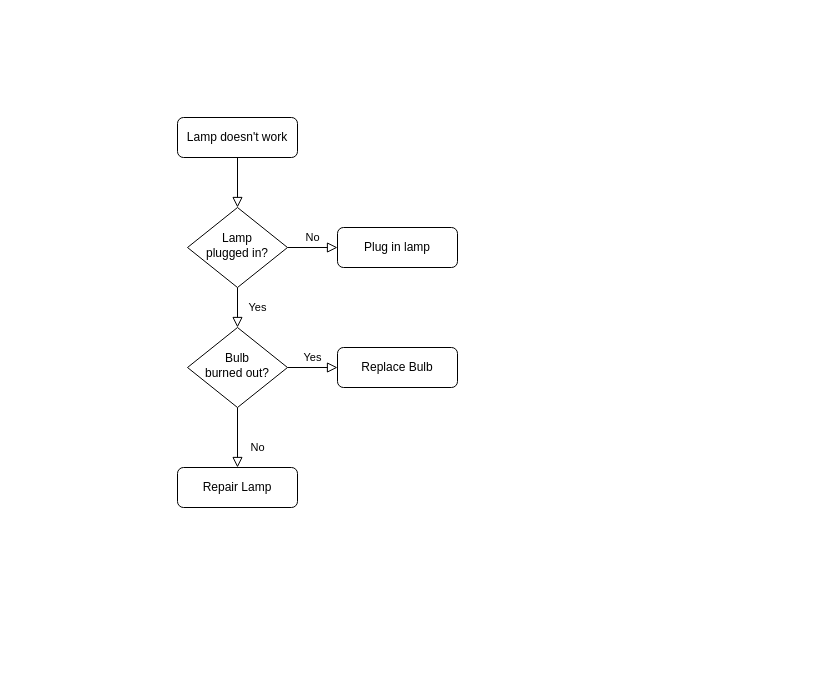
Above: Untitled Diagram.drawio in sk-business-set/myUnf (draw.io), before the change. Source tidied: cells renumbered, new cells numbered last; positions are measured from the earlier drawing's top-left corner, leaving out a move shared by most shapes. Both pictures are drawn from the tidied source at 100%, with x=0, y=0 at pixel (177, 117).
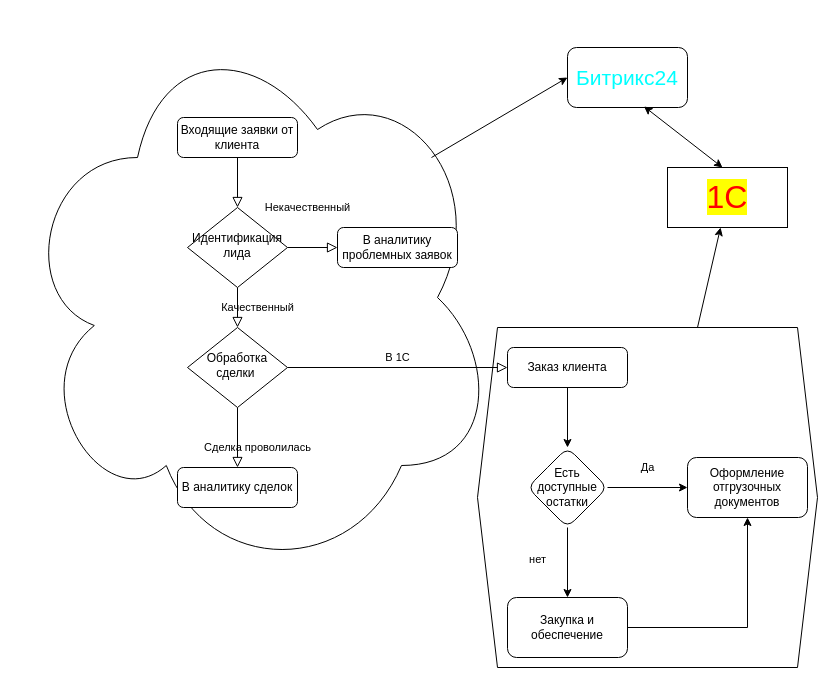
After the change.

What changed in the source:
```diff
@@
+    <mxCell id="13" style="shape=hexagon;perimeter=hexagonPerimeter2;whiteSpace=wrap;html=1;fixedSize=1;" parent="1" vertex="1">
+      <mxGeometry x="300" y="210" width="340" height="340" as="geometry" />
+    </mxCell>
+    <mxCell id="14" style="ellipse;shape=cloud;whiteSpace=wrap;html=1;" parent="1" vertex="1">
+      <mxGeometry x="-160" y="-100" width="480" height="560" as="geometry" />
+    </mxCell>
@@
-    <mxCell id="3" value="Lamp doesn't work" style="rounded=1;whiteSpace=wrap;html=1;fontSize=12;glass=0;strokeWidth=1;shadow=0;" parent="1" vertex="1">
+    <mxCell id="3" value="Входящие заявки от клиента" style="rounded=1;whiteSpace=wrap;html=1;fontSize=12;glass=0;strokeWidth=1;shadow=0;" parent="1" vertex="1">
       <mxGeometry width="120" height="40" as="geometry" />
     </mxCell>
-    <mxCell id="4" value="Yes" style="rounded=0;html=1;jettySize=auto;fontSize=11;endArrow=block;endFill=0;endSize=8;strokeWidth=1;shadow=0;labelBackgroundColor=none;edgeStyle=orthogonalEdgeStyle;" parent="1" edge="1" source="6" target="10">
+    <mxCell id="4" value="Качественный" style="rounded=0;html=1;jettySize=auto;fontSize=11;endArrow=block;endFill=0;endSize=8;strokeWidth=1;shadow=0;labelBackgroundColor=none;edgeStyle=orthogonalEdgeStyle;" parent="1" edge="1" source="6" target="10">
       <mxGeometry y="20" relative="1" as="geometry" />
     </mxCell>
-    <mxCell id="5" value="No" style="edgeStyle=orthogonalEdgeStyle;rounded=0;html=1;jettySize=auto;fontSize=11;endArrow=block;endFill=0;endSize=8;strokeWidth=1;shadow=0;labelBackgroundColor=none;" parent="1" edge="1" source="6" target="7">
-      <mxGeometry y="10" relative="1" as="geometry" />
+    <mxCell id="5" value="Некачественный" style="edgeStyle=orthogonalEdgeStyle;rounded=0;html=1;jettySize=auto;fontSize=11;endArrow=block;endFill=0;endSize=8;strokeWidth=1;shadow=0;labelBackgroundColor=none;" parent="1" edge="1" source="6" target="7">
+      <mxGeometry x="-0.2" y="40" relative="1" as="geometry" />
     </mxCell>
-    <mxCell id="6" value="Lamp&lt;br&gt;plugged in?" style="rhombus;whiteSpace=wrap;html=1;shadow=0;fontFamily=Helvetica;fontSize=12;align=center;strokeWidth=1;spacing=6;spacingTop=-4;" parent="1" vertex="1">
+    <mxCell id="6" value="Идентификация лида" style="rhombus;whiteSpace=wrap;html=1;shadow=0;fontFamily=Helvetica;fontSize=12;align=center;strokeWidth=1;spacing=6;spacingTop=-4;" parent="1" vertex="1">
       <mxGeometry x="10" y="90" width="100" height="80" as="geometry" />
     </mxCell>
-    <mxCell id="7" value="Plug in lamp" style="rounded=1;whiteSpace=wrap;html=1;fontSize=12;glass=0;strokeWidth=1;shadow=0;" parent="1" vertex="1">
+    <mxCell id="7" value="В аналитику проблемных заявок" style="rounded=1;whiteSpace=wrap;html=1;fontSize=12;glass=0;strokeWidth=1;shadow=0;" parent="1" vertex="1">
       <mxGeometry x="160" y="110" width="120" height="40" as="geometry" />
     </mxCell>
-    <mxCell id="8" value="No" style="rounded=0;html=1;jettySize=auto;fontSize=11;endArrow=block;endFill=0;endSize=8;strokeWidth=1;shadow=0;labelBackgroundColor=none;edgeStyle=orthogonalEdgeStyle;" parent="1" edge="1" source="10" target="11">
+    <mxCell id="8" value="Сделка проволилась" style="rounded=0;html=1;jettySize=auto;fontSize=11;endArrow=block;endFill=0;endSize=8;strokeWidth=1;shadow=0;labelBackgroundColor=none;edgeStyle=orthogonalEdgeStyle;" parent="1" edge="1" source="10" target="11">
       <mxGeometry x="0.33" y="20" relative="1" as="geometry" />
     </mxCell>
-    <mxCell id="9" value="Yes" style="edgeStyle=orthogonalEdgeStyle;rounded=0;html=1;jettySize=auto;fontSize=11;endArrow=block;endFill=0;endSize=8;strokeWidth=1;shadow=0;labelBackgroundColor=none;" parent="1" edge="1" source="10" target="12">
+    <mxCell id="9" value="В 1С" style="edgeStyle=orthogonalEdgeStyle;rounded=0;html=1;jettySize=auto;fontSize=11;endArrow=block;endFill=0;endSize=8;strokeWidth=1;shadow=0;labelBackgroundColor=none;" parent="1" edge="1" source="10" target="12">
       <mxGeometry y="10" relative="1" as="geometry" />
     </mxCell>
-    <mxCell id="10" value="Bulb&lt;br&gt;burned out?" style="rhombus;whiteSpace=wrap;html=1;shadow=0;fontFamily=Helvetica;fontSize=12;align=center;strokeWidth=1;spacing=6;spacingTop=-4;" parent="1" vertex="1">
+    <mxCell id="10" value="Обработка сделки&amp;nbsp;" style="rhombus;whiteSpace=wrap;html=1;shadow=0;fontFamily=Helvetica;fontSize=12;align=center;strokeWidth=1;spacing=6;spacingTop=-4;" parent="1" vertex="1">
       <mxGeometry x="10" y="210" width="100" height="80" as="geometry" />
     </mxCell>
-    <mxCell id="11" value="Repair Lamp" style="rounded=1;whiteSpace=wrap;html=1;fontSize=12;glass=0;strokeWidth=1;shadow=0;" parent="1" vertex="1">
+    <mxCell id="11" value="В аналитику сделок" style="rounded=1;whiteSpace=wrap;html=1;fontSize=12;glass=0;strokeWidth=1;shadow=0;" parent="1" vertex="1">
       <mxGeometry y="350" width="120" height="40" as="geometry" />
     </mxCell>
+    <mxCell id="15" style="edgeStyle=orthogonalEdgeStyle;rounded=0;jettySize=auto;html=1;" parent="1" edge="1" source="12" target="18">
+      <mxGeometry relative="1" as="geometry" />
+    </mxCell>
-    <mxCell id="12" value="Replace Bulb" style="rounded=1;whiteSpace=wrap;html=1;fontSize=12;glass=0;strokeWidth=1;shadow=0;" parent="1" vertex="1">
-      <mxGeometry x="160" y="230" width="120" height="40" as="geometry" />
+    <mxCell id="12" value="Заказ клиента" style="rounded=1;whiteSpace=wrap;html=1;fontSize=12;glass=0;strokeWidth=1;shadow=0;" parent="1" vertex="1">
+      <mxGeometry x="330" y="230" width="120" height="40" as="geometry" />
     </mxCell>
+    <mxCell id="16" value="Да" style="edgeStyle=orthogonalEdgeStyle;rounded=0;jettySize=auto;html=1;" parent="1" edge="1" source="18" target="19">
+      <mxGeometry y="20" relative="1" as="geometry" />
+    </mxCell>
+    <mxCell id="17" value="нет" style="edgeStyle=orthogonalEdgeStyle;rounded=0;jettySize=auto;html=1;" parent="1" edge="1" source="18" target="21">
+      <mxGeometry x="-0.08" y="-30" relative="1" as="geometry" />
+    </mxCell>
+    <mxCell id="18" value="Есть доступные остатки" style="rhombus;whiteSpace=wrap;html=1;rounded=1;shadow=0;strokeWidth=1;glass=0;" parent="1" vertex="1">
+      <mxGeometry x="350" y="330" width="80" height="80" as="geometry" />
+    </mxCell>
+    <mxCell id="19" value="Оформление отгрузочных документов" style="whiteSpace=wrap;html=1;rounded=1;shadow=0;strokeWidth=1;glass=0;" parent="1" vertex="1">
+      <mxGeometry x="510" y="340" width="120" height="60" as="geometry" />
+    </mxCell>
+    <mxCell id="20" style="edgeStyle=orthogonalEdgeStyle;rounded=0;jettySize=auto;html=1;exitX=1;exitY=0.5;exitDx=0;exitDy=0;entryX=0.5;entryY=1;entryDx=0;entryDy=0;" parent="1" edge="1" source="21" target="19">
+      <mxGeometry relative="1" as="geometry" />
+    </mxCell>
+    <mxCell id="21" value="Закупка и обеспечение" style="whiteSpace=wrap;html=1;rounded=1;shadow=0;strokeWidth=1;glass=0;" parent="1" vertex="1">
+      <mxGeometry x="330" y="480" width="120" height="60" as="geometry" />
+    </mxCell>
+    <mxCell id="22" value="&lt;font style=&quot;font-size: 21px&quot; color=&quot;#00ffff&quot;&gt;Битрикс24&lt;/font&gt;" style="rounded=1;whiteSpace=wrap;html=1;" parent="1" vertex="1">
+      <mxGeometry x="390" y="-70" width="120" height="60" as="geometry" />
+    </mxCell>
+    <mxCell id="23" style="endArrow=classic;html=1;" parent="1" edge="1" target="24">
+      <mxGeometry relative="1" as="geometry">
+        <mxPoint x="520" y="210" as="sourcePoint" />
+      </mxGeometry>
+    </mxCell>
+    <mxCell id="24" value="&lt;font style=&quot;font-size: 32px ; background-color: rgb(255 , 255 , 0)&quot; color=&quot;#ff0000&quot;&gt;1С&lt;/font&gt;" style="rounded=0;whiteSpace=wrap;html=1;" parent="1" vertex="1">
+      <mxGeometry x="490" y="50" width="120" height="60" as="geometry" />
+    </mxCell>
+    <mxCell id="25" style="endArrow=classic;startArrow=classic;html=1;entryX=0.637;entryY=0.982;entryDx=0;entryDy=0;entryPerimeter=0;" parent="1" edge="1" target="22">
+      <mxGeometry relative="1" as="geometry">
+        <mxPoint x="545" y="50" as="sourcePoint" />
+      </mxGeometry>
+    </mxCell>
+    <mxCell id="26" style="endArrow=classic;html=1;entryX=0;entryY=0.5;entryDx=0;entryDy=0;" parent="1" edge="1" target="22">
+      <mxGeometry relative="1" as="geometry">
+        <mxPoint x="254" y="40" as="sourcePoint" />
+      </mxGeometry>
+    </mxCell>
```
